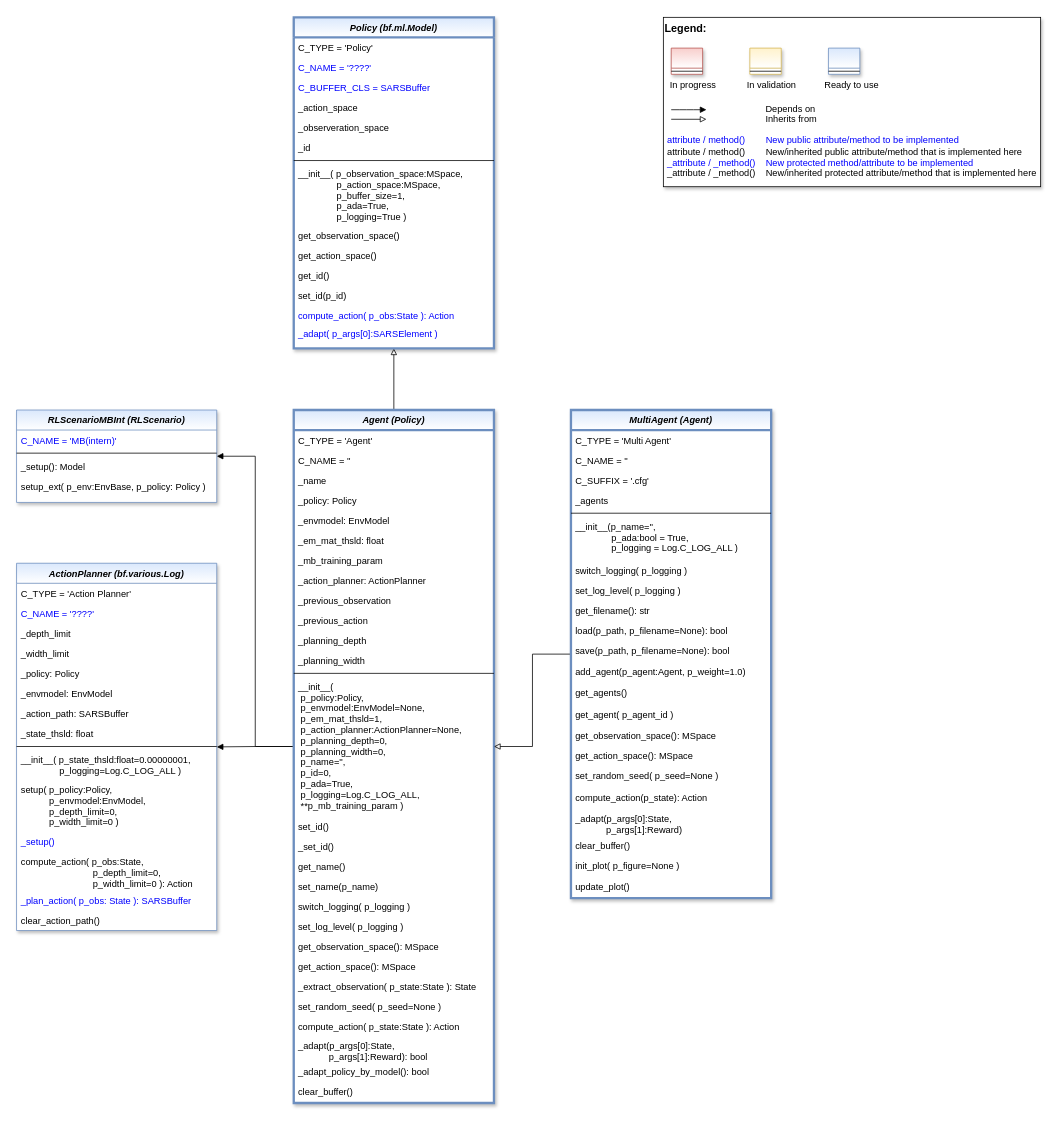
The draw.io diagram doc/rtd/content/04_appendices/appendix2/sub/core/mlpro_rl/images/02_agents/MLPro-RL-Agents_class_diagram.drawio in fhswf/MLPro, before the edit. Source tidied: cells renumbered, new cells numbered last; positions are measured from the earlier drawing's top-left corner, leaving out a move shared by most shapes. Both pictures are drawn from the tidied source at 77%, with x=0, y=0 at pixel (16, 17).
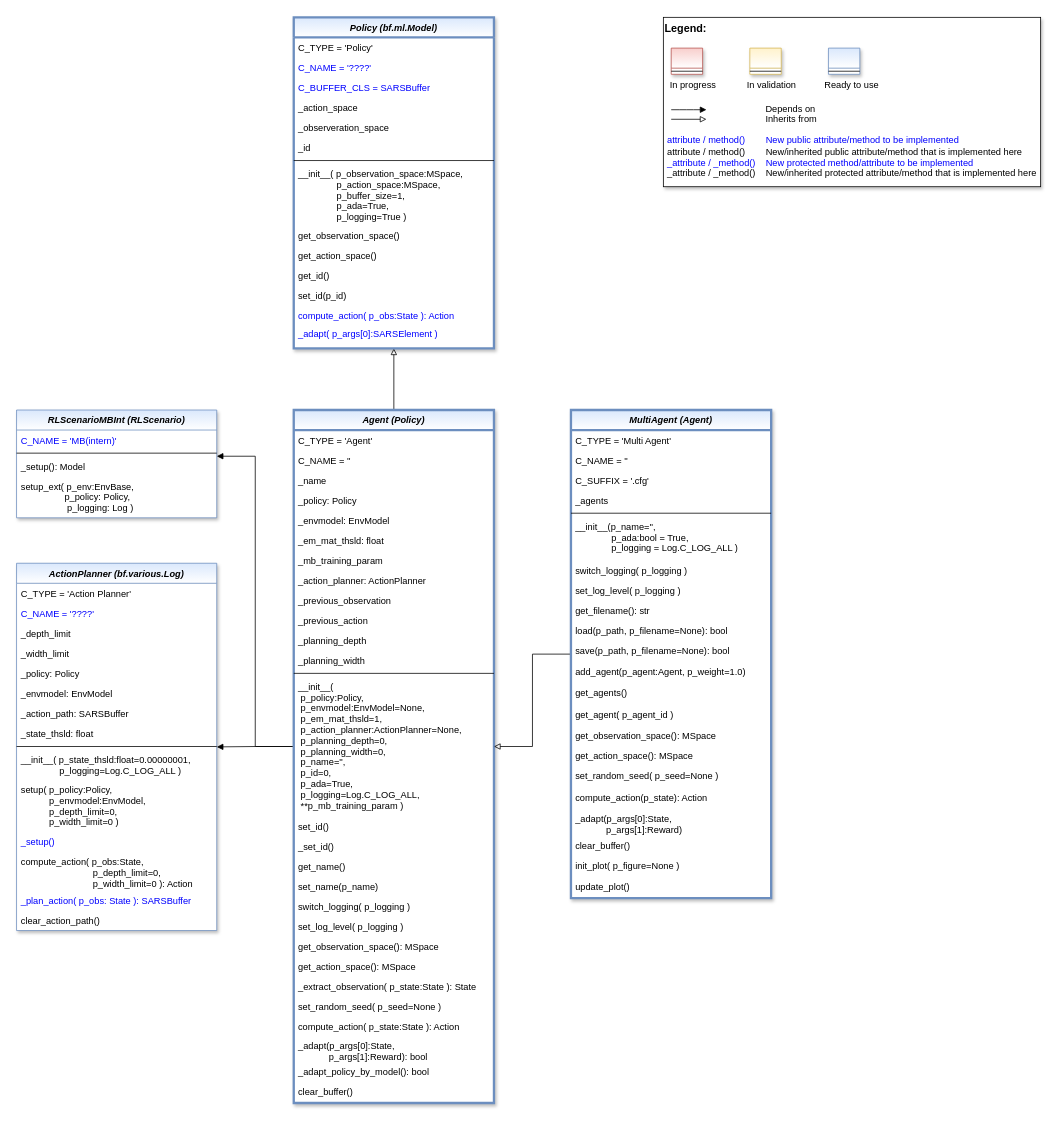
After the change.

Commit message (it also covers changes not shown here):
updating class diagram MLPro-SL

Change to the diagram source:
```diff
@@
     <mxCell id="99" value="RLScenarioMBInt (RLScenario)" style="swimlane;fontStyle=3;align=center;verticalAlign=top;horizontal=1;startSize=26;rounded=0;shadow=1;strokeWidth=1;fillColor=#dae8fc;strokeColor=#6c8ebf;swimlaneFillColor=#ffffff;gradientColor=#FFFFFF;" parent="1" vertex="1">
-      <mxGeometry y="510" width="260" height="120" as="geometry" />
+      <mxGeometry y="510" width="260" height="140" as="geometry" />
     </mxCell>
@@
-    <mxCell id="103" value="setup_ext( p_env:EnvBase, p_policy: Policy )" style="text;align=left;verticalAlign=top;spacingLeft=4;spacingRight=4;overflow=hidden;" parent="99" vertex="1">
-      <mxGeometry y="86" width="260" height="26" as="geometry" />
+    <mxCell id="103" value="setup_ext( p_env:EnvBase,&#10;                  p_policy: Policy,&#10;                  p_logging: Log )" style="text;align=left;verticalAlign=top;spacingLeft=4;spacingRight=4;overflow=hidden;" parent="99" vertex="1">
+      <mxGeometry y="86" width="260" height="54" as="geometry" />
     </mxCell>
```
